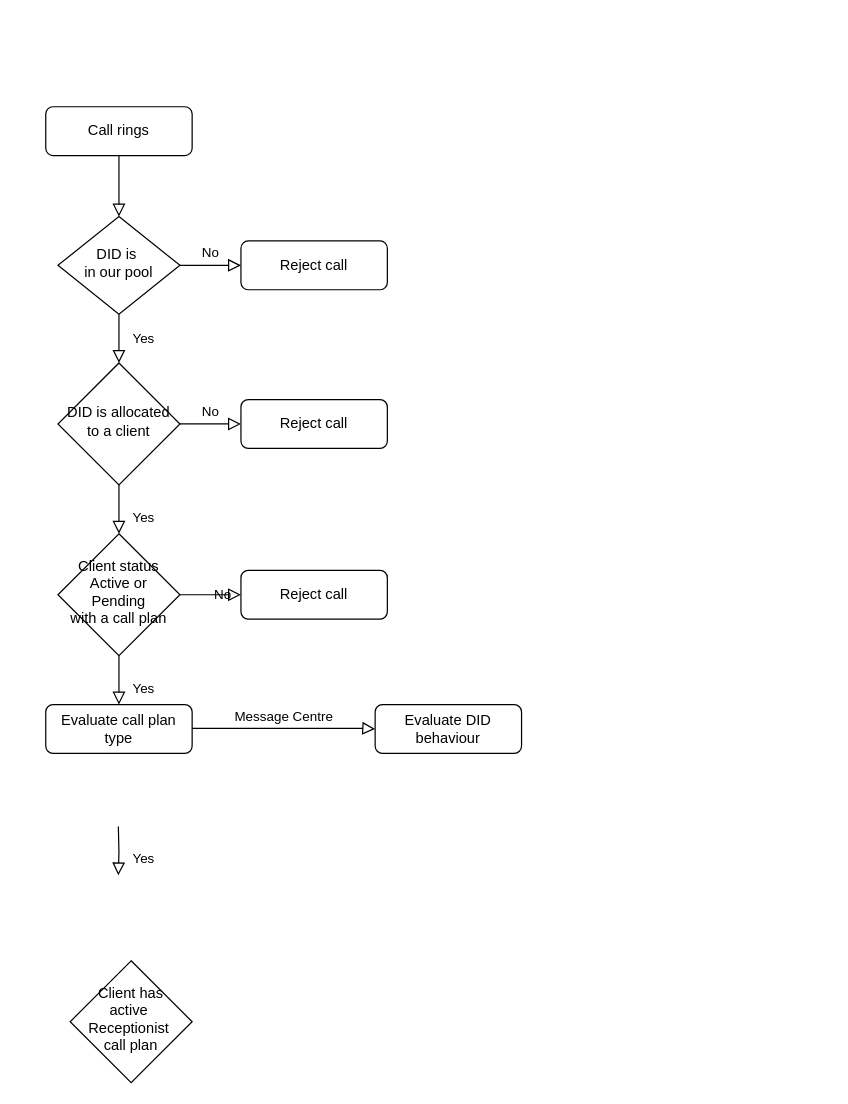
Above: Untitled Diagram.drawio in Ash-v-G/Ash-v-G.github.io (draw.io), before the change. Source tidied: cells renumbered, new cells numbered last; positions are measured from the earlier drawing's top-left corner, leaving out a move shared by most shapes. Both pictures are drawn from the tidied source at 122%, with x=0, y=0 at pixel (45, 106).
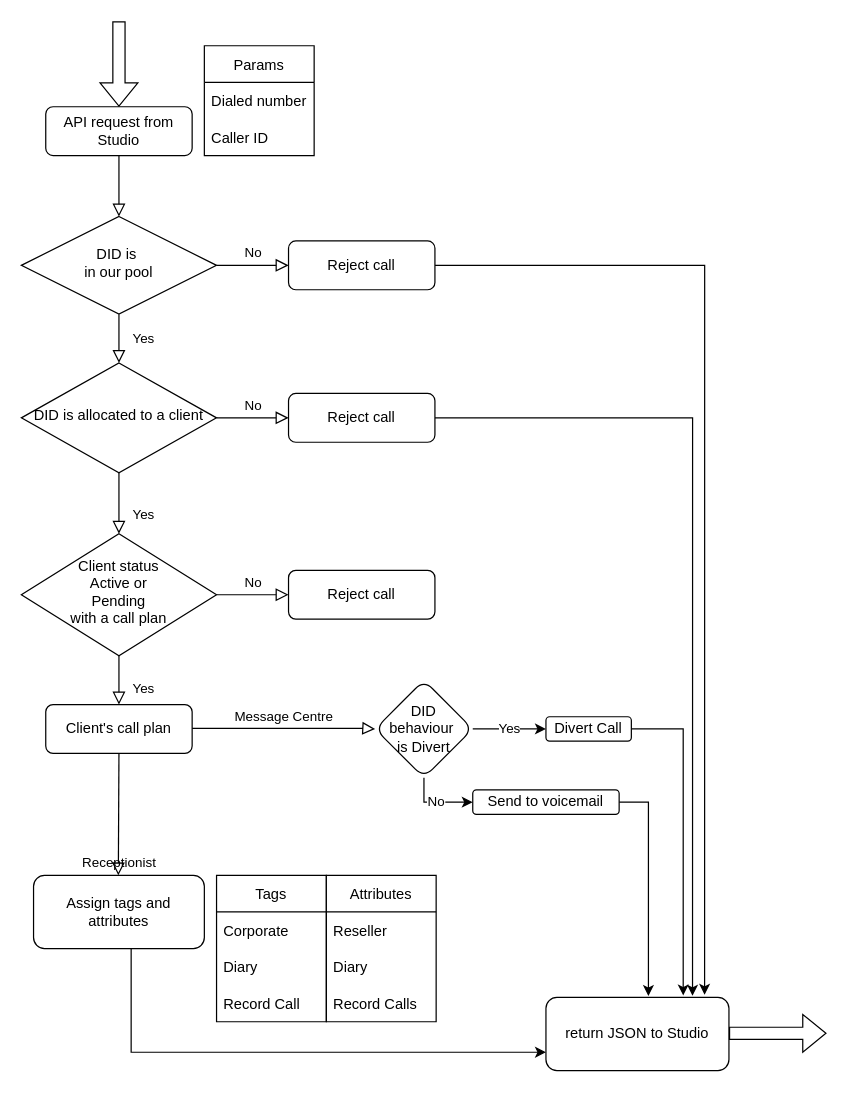
Above is the later version.

What changed in the source:
```diff
@@
-    <mxCell id="3" value="Call rings" style="rounded=1;whiteSpace=wrap;html=1;fontSize=12;glass=0;strokeWidth=1;shadow=0;" parent="1" vertex="1">
+    <mxCell id="3" value="API request from Studio" style="rounded=1;whiteSpace=wrap;html=1;fontSize=12;glass=0;strokeWidth=1;shadow=0;" parent="1" vertex="1">
       <mxGeometry width="120" height="40" as="geometry" />
     </mxCell>
@@
     <mxCell id="6" value="DID is&amp;nbsp;&lt;br&gt;in our pool" style="rhombus;whiteSpace=wrap;html=1;shadow=0;fontFamily=Helvetica;fontSize=12;align=center;strokeWidth=1;spacing=6;spacingTop=-4;" parent="1" vertex="1">
-      <mxGeometry x="10" y="90" width="100" height="80" as="geometry" />
+      <mxGeometry x="-20" y="90" width="160" height="80" as="geometry" />
     </mxCell>
+    <mxCell id="21" style="edgeStyle=orthogonalEdgeStyle;rounded=0;jettySize=auto;html=1;entryX=0.867;entryY=-0.034;entryDx=0;entryDy=0;entryPerimeter=0;" parent="1" edge="1" source="7" target="39">
+      <mxGeometry relative="1" as="geometry" />
+    </mxCell>
     <mxCell id="7" value="Reject call" style="rounded=1;whiteSpace=wrap;html=1;fontSize=12;glass=0;strokeWidth=1;shadow=0;" parent="1" vertex="1">
-      <mxGeometry x="160" y="110" width="120" height="40" as="geometry" />
+      <mxGeometry x="199" y="110" width="120" height="40" as="geometry" />
     </mxCell>
@@
     <mxCell id="10" value="DID is allocated to a client" style="rhombus;whiteSpace=wrap;html=1;shadow=0;fontFamily=Helvetica;fontSize=12;align=center;strokeWidth=1;spacing=6;spacingTop=-4;" parent="1" vertex="1">
-      <mxGeometry x="10" y="210" width="100" height="100" as="geometry" />
+      <mxGeometry x="-20" y="210" width="160" height="90" as="geometry" />
     </mxCell>
+    <mxCell id="22" style="edgeStyle=orthogonalEdgeStyle;rounded=0;jettySize=auto;html=1;entryX=0.801;entryY=-0.021;entryDx=0;entryDy=0;entryPerimeter=0;" parent="1" edge="1" source="11" target="39">
+      <mxGeometry relative="1" as="geometry">
+        <Array as="points">
+          <mxPoint x="530" y="255" />
+        </Array>
+      </mxGeometry>
+    </mxCell>
     <mxCell id="11" value="Reject call" style="rounded=1;whiteSpace=wrap;html=1;fontSize=12;glass=0;strokeWidth=1;shadow=0;" parent="1" vertex="1">
-      <mxGeometry x="160" y="240" width="120" height="40" as="geometry" />
+      <mxGeometry x="199" y="235" width="120" height="40" as="geometry" />
     </mxCell>
@@
-    <mxCell id="13" value="No" style="edgeStyle=orthogonalEdgeStyle;rounded=0;html=1;jettySize=auto;fontSize=11;endArrow=block;endFill=0;endSize=8;strokeWidth=1;shadow=0;labelBackgroundColor=none;" parent="1" edge="1" source="14">
-      <mxGeometry y="10" relative="1" as="geometry">
-        <mxPoint x="160" y="400" as="targetPoint" />
-      </mxGeometry>
+    <mxCell id="13" value="No" style="edgeStyle=orthogonalEdgeStyle;rounded=0;html=1;jettySize=auto;fontSize=11;endArrow=block;endFill=0;endSize=8;strokeWidth=1;shadow=0;labelBackgroundColor=none;entryX=0;entryY=0.5;entryDx=0;entryDy=0;" parent="1" edge="1" source="14" target="15">
+      <mxGeometry y="10" relative="1" as="geometry" />
     </mxCell>
     <mxCell id="14" value="Client status&lt;br&gt;Active or&lt;br&gt;Pending&lt;br&gt;with a call plan" style="rhombus;whiteSpace=wrap;html=1;shadow=0;fontFamily=Helvetica;fontSize=12;align=center;strokeWidth=1;spacing=6;spacingTop=-4;" parent="1" vertex="1">
-      <mxGeometry x="10" y="350" width="100" height="100" as="geometry" />
+      <mxGeometry x="-20" y="350" width="160" height="100" as="geometry" />
     </mxCell>
     <mxCell id="15" value="Reject call" style="rounded=1;whiteSpace=wrap;html=1;fontSize=12;glass=0;strokeWidth=1;shadow=0;" parent="1" vertex="1">
-      <mxGeometry x="160" y="380" width="120" height="40" as="geometry" />
+      <mxGeometry x="199" y="380" width="120" height="40" as="geometry" />
     </mxCell>
-    <mxCell id="16" value="Evaluate call plan type" style="rounded=1;whiteSpace=wrap;html=1;fontSize=12;glass=0;strokeWidth=1;shadow=0;" parent="1" vertex="1">
+    <mxCell id="16" value="Client's call plan" style="rounded=1;whiteSpace=wrap;html=1;fontSize=12;glass=0;strokeWidth=1;shadow=0;" parent="1" vertex="1">
       <mxGeometry y="490" width="120" height="40" as="geometry" />
     </mxCell>
-    <mxCell id="17" value="Client has&lt;br&gt;active&amp;nbsp;&lt;br&gt;Receptionist&amp;nbsp;&lt;br&gt;call plan" style="rhombus;whiteSpace=wrap;html=1;shadow=0;fontFamily=Helvetica;fontSize=12;align=center;strokeWidth=1;spacing=6;spacingTop=-4;" parent="1" vertex="1">
-      <mxGeometry x="20" y="700" width="100" height="100" as="geometry" />
-    </mxCell>
@@
-    <mxCell id="19" value="Yes" style="rounded=0;html=1;jettySize=auto;orthogonalLoop=1;fontSize=11;endArrow=block;endFill=0;endSize=8;strokeWidth=1;shadow=0;labelBackgroundColor=none;edgeStyle=orthogonalEdgeStyle;" parent="1" edge="1">
-      <mxGeometry x="0.33" y="20" relative="1" as="geometry">
-        <mxPoint x="59.5" y="590" as="sourcePoint" />
+    <mxCell id="19" value="Receptionist" style="rounded=0;html=1;jettySize=auto;fontSize=11;endArrow=block;endFill=0;endSize=8;strokeWidth=1;shadow=0;labelBackgroundColor=none;edgeStyle=orthogonalEdgeStyle;exitX=0.5;exitY=1;exitDx=0;exitDy=0;" parent="1" edge="1" source="16">
+      <mxGeometry x="-0.01" y="-40" relative="1" as="geometry">
         <mxPoint x="59.5" y="630" as="targetPoint" />
+        <mxPoint x="40" y="40" as="offset" />
       </mxGeometry>
     </mxCell>
+    <mxCell id="23" style="edgeStyle=orthogonalEdgeStyle;rounded=0;jettySize=auto;html=1;entryX=0;entryY=0.75;entryDx=0;entryDy=0;" parent="1" edge="1" source="20" target="39">
+      <mxGeometry relative="1" as="geometry">
+        <Array as="points">
+          <mxPoint x="70" y="775" />
+        </Array>
+      </mxGeometry>
+    </mxCell>
-    <mxCell id="20" value="Evaluate DID behaviour" style="rounded=1;whiteSpace=wrap;html=1;fontSize=12;glass=0;strokeWidth=1;shadow=0;" parent="1" vertex="1">
-      <mxGeometry x="270" y="490" width="120" height="40" as="geometry" />
+    <mxCell id="20" value="Assign tags and attributes" style="rounded=1;whiteSpace=wrap;html=1;fontSize=12;glass=0;strokeWidth=1;shadow=0;" parent="1" vertex="1">
+      <mxGeometry x="-10" y="630" width="140" height="60" as="geometry" />
     </mxCell>
+    <mxCell id="24" value="Yes" style="edgeStyle=orthogonalEdgeStyle;rounded=0;jettySize=auto;html=1;" parent="1" edge="1" source="26" target="28">
+      <mxGeometry relative="1" as="geometry" />
+    </mxCell>
+    <mxCell id="25" value="No" style="edgeStyle=orthogonalEdgeStyle;rounded=0;jettySize=auto;html=1;entryX=0;entryY=0.5;entryDx=0;entryDy=0;" parent="1" edge="1" source="26" target="30">
+      <mxGeometry relative="1" as="geometry" />
+    </mxCell>
+    <mxCell id="26" value="DID behaviour&amp;nbsp;&lt;br&gt;is Divert" style="rhombus;whiteSpace=wrap;html=1;rounded=1;shadow=0;strokeWidth=1;glass=0;" parent="1" vertex="1">
+      <mxGeometry x="270" y="470" width="80" height="80" as="geometry" />
+    </mxCell>
+    <mxCell id="27" style="edgeStyle=orthogonalEdgeStyle;rounded=0;jettySize=auto;html=1;entryX=0.75;entryY=-0.026;entryDx=0;entryDy=0;entryPerimeter=0;" parent="1" edge="1" source="28" target="39">
+      <mxGeometry relative="1" as="geometry">
+        <Array as="points">
+          <mxPoint x="523" y="510" />
+        </Array>
+      </mxGeometry>
+    </mxCell>
+    <mxCell id="28" value="Divert Call" style="whiteSpace=wrap;html=1;rounded=1;shadow=0;strokeWidth=1;glass=0;" parent="1" vertex="1">
+      <mxGeometry x="410" y="500" width="70" height="20" as="geometry" />
+    </mxCell>
+    <mxCell id="29" style="edgeStyle=orthogonalEdgeStyle;rounded=0;jettySize=auto;html=1;entryX=0.56;entryY=-0.017;entryDx=0;entryDy=0;entryPerimeter=0;" parent="1" edge="1" source="30" target="39">
+      <mxGeometry relative="1" as="geometry">
+        <Array as="points">
+          <mxPoint x="494" y="570" />
+        </Array>
+      </mxGeometry>
+    </mxCell>
+    <mxCell id="30" value="Send to voicemail" style="whiteSpace=wrap;html=1;rounded=1;shadow=0;strokeWidth=1;glass=0;" parent="1" vertex="1">
+      <mxGeometry x="350" y="560" width="120" height="20" as="geometry" />
+    </mxCell>
+    <mxCell id="31" value="Tags" style="swimlane;fontStyle=0;horizontal=1;startSize=30;" parent="1" vertex="1">
+      <mxGeometry x="140" y="630" width="90" height="120" as="geometry" />
+    </mxCell>
+    <mxCell id="32" value="Corporate" style="text;strokeColor=none;fillColor=none;align=left;verticalAlign=middle;spacingLeft=4;spacingRight=4;overflow=hidden;" parent="31" vertex="1">
+      <mxGeometry y="30" width="90" height="30" as="geometry" />
+    </mxCell>
+    <mxCell id="33" value="Diary" style="text;strokeColor=none;fillColor=none;align=left;verticalAlign=middle;spacingLeft=4;spacingRight=4;overflow=hidden;" parent="31" vertex="1">
+      <mxGeometry y="60" width="90" height="30" as="geometry" />
+    </mxCell>
+    <mxCell id="34" value="Record Call" style="text;strokeColor=none;fillColor=none;align=left;verticalAlign=middle;spacingLeft=4;spacingRight=4;overflow=hidden;" parent="31" vertex="1">
+      <mxGeometry y="90" width="90" height="30" as="geometry" />
+    </mxCell>
+    <mxCell id="35" value="Attributes" style="swimlane;fontStyle=0;horizontal=1;startSize=30;" parent="1" vertex="1">
+      <mxGeometry x="230" y="630" width="90" height="120" as="geometry" />
+    </mxCell>
+    <mxCell id="36" value="Reseller" style="text;strokeColor=none;fillColor=none;align=left;verticalAlign=middle;spacingLeft=4;spacingRight=4;overflow=hidden;" parent="35" vertex="1">
+      <mxGeometry y="30" width="90" height="30" as="geometry" />
+    </mxCell>
+    <mxCell id="37" value="Diary" style="text;strokeColor=none;fillColor=none;align=left;verticalAlign=middle;spacingLeft=4;spacingRight=4;overflow=hidden;" parent="35" vertex="1">
+      <mxGeometry y="60" width="90" height="30" as="geometry" />
+    </mxCell>
+    <mxCell id="38" value="Record Calls" style="text;strokeColor=none;fillColor=none;align=left;verticalAlign=middle;spacingLeft=4;spacingRight=4;overflow=hidden;" parent="35" vertex="1">
+      <mxGeometry y="90" width="90" height="30" as="geometry" />
+    </mxCell>
+    <mxCell id="39" value="&lt;span&gt;return JSON to Studio&lt;/span&gt;" style="rounded=1;whiteSpace=wrap;html=1;" parent="1" vertex="1">
+      <mxGeometry x="410" y="730" width="150" height="60" as="geometry" />
+    </mxCell>
+    <mxCell id="40" style="shape=flexArrow;endArrow=classic;html=1;rounded=0;" parent="1" edge="1">
+      <mxGeometry relative="1" as="geometry">
+        <mxPoint x="560" y="759.5" as="sourcePoint" />
+        <mxPoint x="640" y="759.5" as="targetPoint" />
+      </mxGeometry>
+    </mxCell>
+    <mxCell id="41" value="Params" style="swimlane;fontStyle=0;horizontal=1;startSize=30;" parent="1" vertex="1">
+      <mxGeometry x="130" y="-50" width="90" height="90" as="geometry" />
+    </mxCell>
+    <mxCell id="42" value="Dialed number" style="text;strokeColor=none;fillColor=none;align=left;verticalAlign=middle;spacingLeft=4;spacingRight=4;overflow=hidden;" parent="41" vertex="1">
+      <mxGeometry y="30" width="90" height="30" as="geometry" />
+    </mxCell>
+    <mxCell id="43" value="Caller ID" style="text;strokeColor=none;fillColor=none;align=left;verticalAlign=middle;spacingLeft=4;spacingRight=4;overflow=hidden;" parent="41" vertex="1">
+      <mxGeometry y="60" width="90" height="30" as="geometry" />
+    </mxCell>
+    <mxCell id="44" style="shape=flexArrow;endArrow=classic;html=1;rounded=0;entryX=0.5;entryY=0;entryDx=0;entryDy=0;" parent="1" edge="1" target="3">
+      <mxGeometry relative="1" as="geometry">
+        <mxPoint x="60" y="-70" as="sourcePoint" />
+      </mxGeometry>
+    </mxCell>
```
